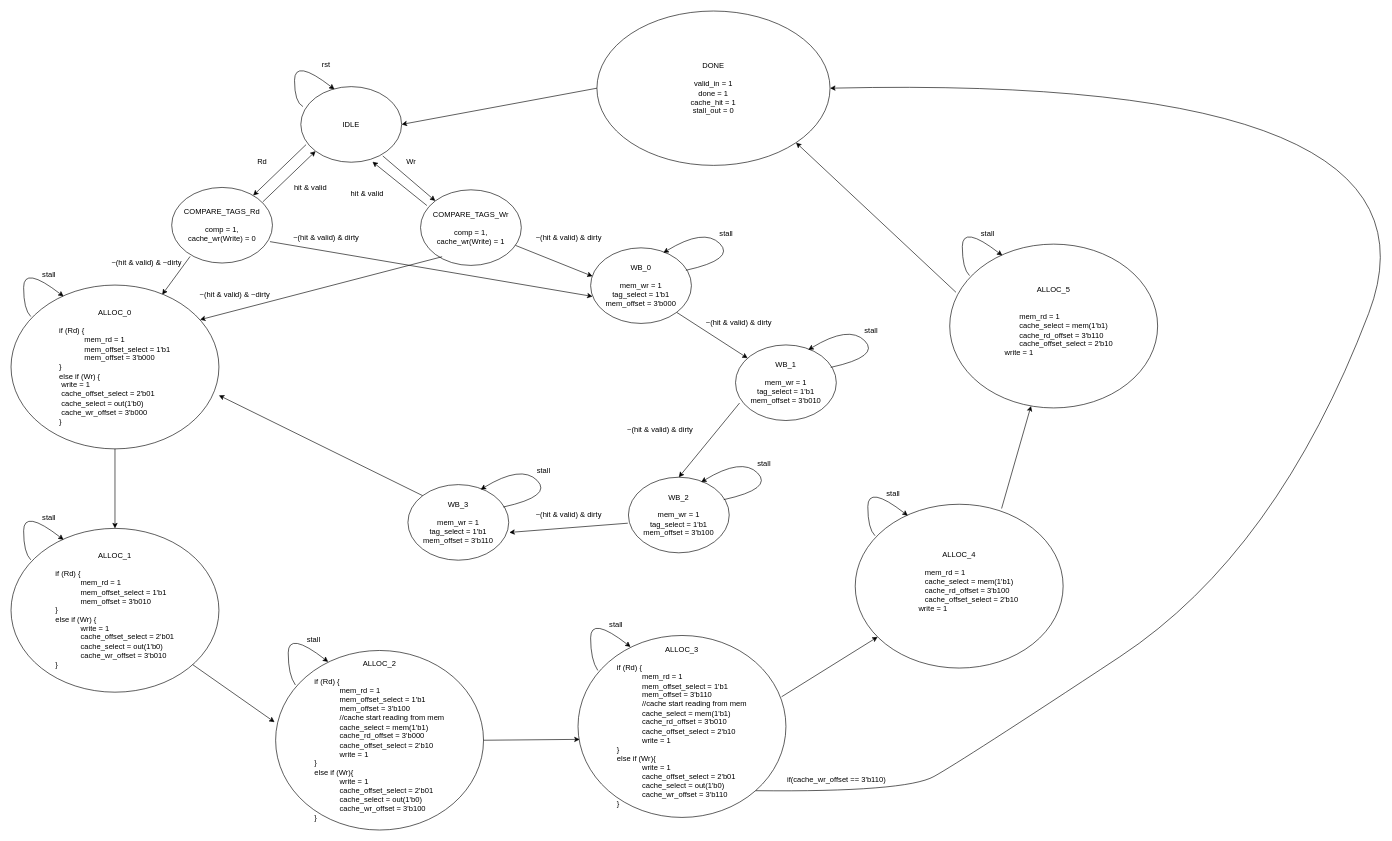
joshmeiyb/ECE552 keeps this draw.io diagram as direct-mapped caches FSM.drawio. Above is the earlier version. Source tidied: cells renumbered, new cells numbered last; positions are measured from the earlier drawing's top-left corner, leaving out a move shared by most shapes. Both pictures are drawn from the tidied source at 63%, with x=0, y=0 at pixel (11, 11).
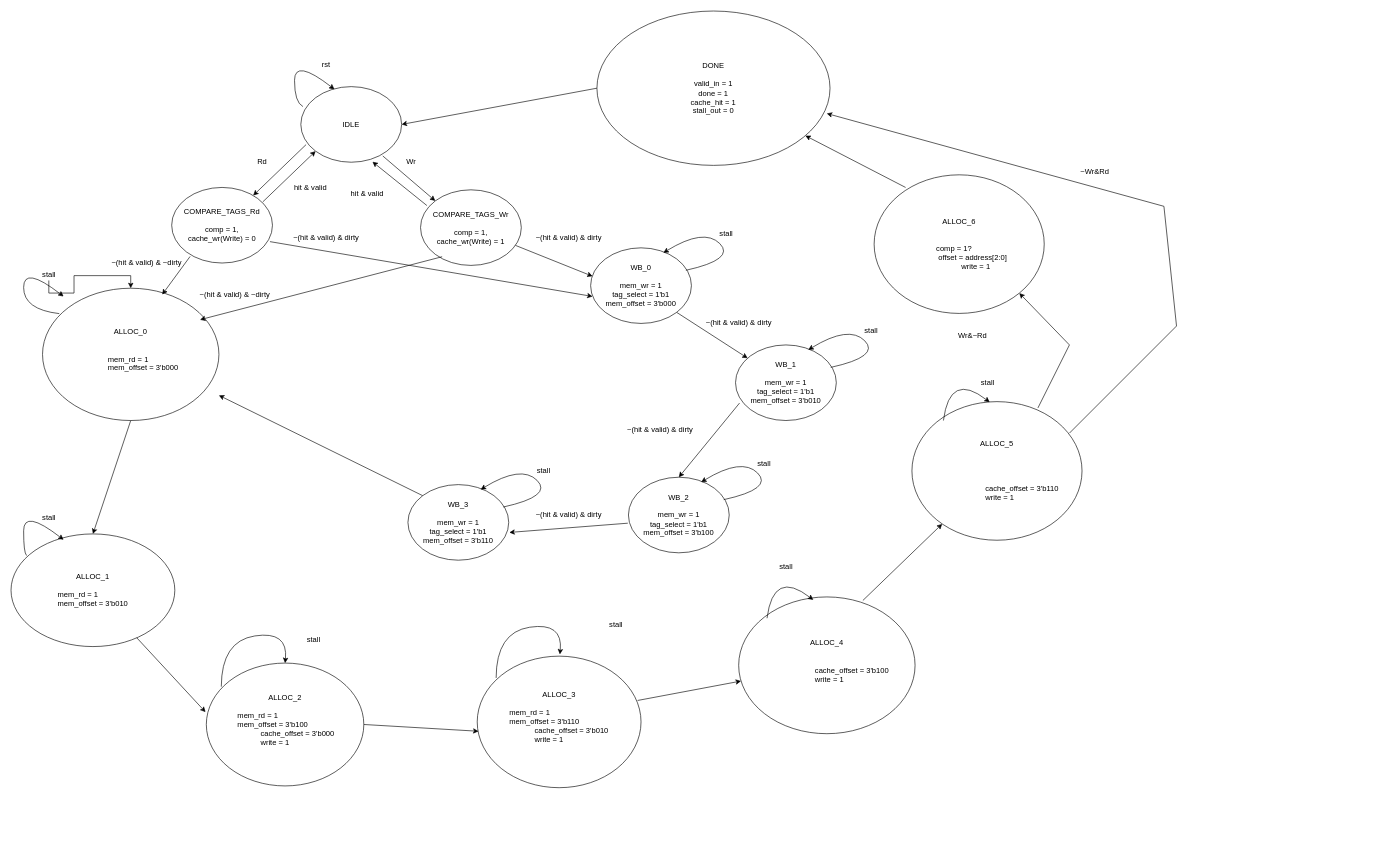
The same diagram, later.

The change refers to these unchanged cells:
```xml
<mxCell id="18" value="stall" style="text;html=1;align=center;verticalAlign=middle;points=[];strokeColor=none;fillColor=none;" parent="1" vertex="1">
  <mxGeometry x="40" y="407.7" width="40" height="20" as="geometry" />
</mxCell>
<mxCell id="60" value="DONE&lt;br&gt;&lt;br&gt;valid_in = 1&lt;br&gt;done = 1&lt;br&gt;cache_hit = 1&lt;br&gt;stall_out = 0" style="ellipse;whiteSpace=wrap;html=1;" parent="1" vertex="1">
  <mxGeometry x="930" width="370" height="245" as="geometry" />
</mxCell>
```

What changed in the source:
```diff
@@
-    <mxCell id="15" value="ALLOC_0&lt;br&gt;&lt;br&gt;&lt;div style=&quot;text-align: left&quot;&gt;&lt;span&gt;&lt;span&gt; &lt;/span&gt;if (Rd) {&lt;/span&gt;&lt;/div&gt;&lt;blockquote style=&quot;margin: 0 0 0 40px ; border: none ; padding: 0px&quot;&gt;&lt;span&gt;&lt;div style=&quot;text-align: left&quot;&gt;&lt;span&gt;mem_rd = 1&lt;/span&gt;&lt;/div&gt;&lt;/span&gt;&lt;span&gt;&lt;div style=&quot;text-align: left&quot;&gt;&lt;span&gt;mem_offset_select = 1'b1&lt;/span&gt;&lt;/div&gt;&lt;div style=&quot;text-align: left&quot;&gt;&lt;span&gt;mem_offset = 3'b000&lt;/span&gt;&lt;/div&gt;&lt;/span&gt;&lt;/blockquote&gt;&lt;div style=&quot;text-align: left&quot;&gt;&lt;span&gt;}&lt;/span&gt;&lt;/div&gt;&lt;div style=&quot;text-align: left&quot;&gt;&lt;span&gt;else if (Wr) {&lt;/span&gt;&lt;/div&gt;&lt;div style=&quot;text-align: left&quot;&gt;&lt;div&gt;&lt;span style=&quot;white-space: pre&quot;&gt; &lt;/span&gt;write = 1&lt;/div&gt;&lt;div&gt;&lt;span style=&quot;white-space: pre&quot;&gt; &lt;/span&gt;cache_offset_select = 2'b01&lt;br&gt;&lt;/div&gt;&lt;div&gt;&lt;span style=&quot;white-space: pre&quot;&gt; &lt;/span&gt;cache_select = out(1'b0)&lt;br&gt;&lt;/div&gt;&lt;div&gt;&lt;span style=&quot;white-space: pre&quot;&gt; &lt;/span&gt;cache_wr_offset = 3'b000&lt;/div&gt;&lt;/div&gt;&lt;div style=&quot;text-align: left&quot;&gt;&lt;span&gt;}&lt;/span&gt;&lt;/div&gt;" style="ellipse;whiteSpace=wrap;html=1;" parent="1" vertex="1">
-      <mxGeometry y="435" width="330" height="260" as="geometry" />
+    <mxCell id="15" value="ALLOC_0&lt;br&gt;&lt;br&gt;&lt;div style=&quot;text-align: left&quot;&gt;&lt;br&gt;&lt;/div&gt;&lt;blockquote style=&quot;margin: 0 0 0 40px ; border: none ; padding: 0px&quot;&gt;&lt;span&gt;&lt;div style=&quot;text-align: left&quot;&gt;&lt;span&gt;mem_rd = 1&lt;/span&gt;&lt;/div&gt;&lt;/span&gt;&lt;span&gt;&lt;div style=&quot;text-align: left&quot;&gt;&lt;span&gt;mem_offset = 3'b000&lt;/span&gt;&lt;/div&gt;&lt;/span&gt;&lt;/blockquote&gt;&lt;div style=&quot;text-align: left&quot;&gt;&lt;span&gt;&lt;br&gt;&lt;/span&gt;&lt;/div&gt;" style="ellipse;whiteSpace=wrap;html=1;" parent="1" vertex="1">
+      <mxGeometry x="50" y="440" width="280" height="210" as="geometry" />
     </mxCell>
@@
+    <mxCell id="70" style="edgeStyle=orthogonalEdgeStyle;rounded=0;jettySize=auto;html=1;" parent="1" edge="1" source="18" target="15">
+      <mxGeometry relative="1" as="geometry" />
+    </mxCell>
@@
-    <mxCell id="45" value="ALLOC_1&lt;br&gt;&lt;br&gt;&lt;div style=&quot;text-align: left&quot;&gt;if (Rd) {&lt;/div&gt;&lt;blockquote style=&quot;margin: 0px 0px 0px 40px ; border: none ; padding: 0px&quot;&gt;&lt;div style=&quot;text-align: left&quot;&gt;mem_rd = 1&lt;/div&gt;&lt;div style=&quot;text-align: left&quot;&gt;mem_offset_select = 1'b1&lt;br&gt;&lt;/div&gt;&lt;div style=&quot;text-align: left&quot;&gt;mem_offset = 3'b010&lt;/div&gt;&lt;/blockquote&gt;&lt;div style=&quot;text-align: left&quot;&gt;}&lt;/div&gt;&lt;div style=&quot;text-align: left&quot;&gt;else if (Wr) {&lt;/div&gt;&lt;blockquote style=&quot;margin: 0 0 0 40px ; border: none ; padding: 0px&quot;&gt;&lt;div style=&quot;text-align: left&quot;&gt;&lt;span&gt;write = 1&lt;/span&gt;&lt;/div&gt;&lt;div style=&quot;text-align: left&quot;&gt;cache_offset_select = 2'b01&lt;span&gt;&lt;br&gt;&lt;/span&gt;&lt;/div&gt;&lt;div style=&quot;text-align: left&quot;&gt;cache_select = out(1'b0)&lt;/div&gt;&lt;div style=&quot;text-align: left&quot;&gt;cache_wr_offset = 3'b010&lt;/div&gt;&lt;/blockquote&gt;&lt;div style=&quot;text-align: left&quot;&gt;}&lt;/div&gt;" style="ellipse;whiteSpace=wrap;html=1;" parent="1" vertex="1">
-      <mxGeometry y="821.2" width="330" height="260" as="geometry" />
+    <mxCell id="45" value="ALLOC_1&lt;br&gt;&lt;br&gt;&lt;div style=&quot;text-align: left&quot;&gt;&lt;span style=&quot;text-align: center&quot;&gt;&lt;div style=&quot;text-align: left&quot;&gt;mem_rd = 1&lt;/div&gt;&lt;/span&gt;&lt;span style=&quot;text-align: center&quot;&gt;&lt;div style=&quot;text-align: left&quot;&gt;mem_offset = 3'b010&lt;/div&gt;&lt;/span&gt;&lt;/div&gt;" style="ellipse;whiteSpace=wrap;html=1;" parent="1" vertex="1">
+      <mxGeometry y="830" width="260" height="178.8" as="geometry" />
     </mxCell>
@@
-    <mxCell id="48" value="ALLOC_2&lt;br&gt;&lt;br&gt;&lt;div style=&quot;text-align: left&quot;&gt;if (Rd) {&lt;/div&gt;&lt;blockquote style=&quot;margin: 0px 0px 0px 40px ; border: none ; padding: 0px&quot;&gt;&lt;div style=&quot;text-align: left&quot;&gt;mem_rd = 1&lt;/div&gt;&lt;div style=&quot;text-align: left&quot;&gt;mem_offset_select = 1'b1&lt;br&gt;&lt;/div&gt;&lt;div style=&quot;text-align: left&quot;&gt;mem_offset = 3'b100&lt;/div&gt;&lt;div style=&quot;text-align: left&quot;&gt;//cache start reading from mem&lt;/div&gt;&lt;div style=&quot;text-align: left&quot;&gt;cache_select = mem(1'b1)&lt;/div&gt;&lt;div style=&quot;text-align: left&quot;&gt;cache_rd_offset = 3'b000&lt;/div&gt;&lt;div style=&quot;text-align: left&quot;&gt;cache_offset_select = 2'b10&lt;/div&gt;&lt;div style=&quot;text-align: left&quot;&gt;write = 1&lt;/div&gt;&lt;/blockquote&gt;&lt;div style=&quot;text-align: left&quot;&gt;}&lt;/div&gt;&lt;div style=&quot;text-align: left&quot;&gt;else if (Wr){&lt;/div&gt;&lt;blockquote style=&quot;margin: 0 0 0 40px ; border: none ; padding: 0px&quot;&gt;&lt;div style=&quot;text-align: left&quot;&gt;&lt;span&gt;write = 1&lt;/span&gt;&lt;/div&gt;&lt;div style=&quot;text-align: left&quot;&gt;cache_offset_select = 2'b01&lt;span&gt;&lt;br&gt;&lt;/span&gt;&lt;/div&gt;&lt;div style=&quot;text-align: left&quot;&gt;cache_select = out(1'b0)&lt;/div&gt;&lt;div style=&quot;text-align: left&quot;&gt;cache_wr_offset = 3'b100&lt;/div&gt;&lt;/blockquote&gt;&lt;div style=&quot;text-align: left&quot;&gt;}&lt;br&gt;&lt;/div&gt;" style="ellipse;whiteSpace=wrap;html=1;" parent="1" vertex="1">
-      <mxGeometry x="420" y="1015" width="330" height="285" as="geometry" />
+    <mxCell id="48" value="ALLOC_2&lt;br&gt;&lt;br&gt;&lt;div style=&quot;text-align: left&quot;&gt;&lt;span style=&quot;text-align: center&quot;&gt;&lt;div style=&quot;text-align: left&quot;&gt;&lt;span style=&quot;white-space: pre&quot;&gt; &lt;/span&gt;mem_rd = 1&lt;/div&gt;&lt;/span&gt;&lt;span style=&quot;text-align: center&quot;&gt;&lt;div style=&quot;text-align: left&quot;&gt;&lt;span style=&quot;white-space: pre&quot;&gt; &lt;/span&gt;mem_offset = 3'b100&lt;/div&gt;&lt;/span&gt;&lt;/div&gt;&lt;blockquote style=&quot;margin: 0px 0px 0px 40px ; border: none ; padding: 0px&quot;&gt;&lt;div style=&quot;text-align: left&quot;&gt;cache_offset = 3'b000&lt;/div&gt;&lt;div style=&quot;text-align: left&quot;&gt;write = 1&lt;/div&gt;&lt;/blockquote&gt;&lt;div style=&quot;text-align: left&quot;&gt;&lt;br&gt;&lt;/div&gt;" style="ellipse;whiteSpace=wrap;html=1;" parent="1" vertex="1">
+      <mxGeometry x="310" y="1035" width="250" height="195" as="geometry" />
     </mxCell>
@@
-    <mxCell id="50" style="curved=1;endArrow=classic;html=1;rounded=0;entryX=0.396;entryY=-0.006;entryDx=0;entryDy=0;entryPerimeter=0;exitX=0.095;exitY=0.192;exitDx=0;exitDy=0;exitPerimeter=0;" parent="1" edge="1" source="48">
+    <mxCell id="50" style="curved=1;endArrow=classic;html=1;rounded=0;exitX=0.095;exitY=0.192;exitDx=0;exitDy=0;exitPerimeter=0;entryX=0.5;entryY=0;entryDx=0;entryDy=0;" parent="1" edge="1" source="48" target="48">
       <mxGeometry relative="1" as="geometry">
-        <mxPoint x="503.4" y="1033.1" as="targetPoint" />
         <Array as="points">
-          <mxPoint x="440" y="1053.8" />
+          <mxPoint x="334" y="1000" />
           <mxPoint x="440" y="983.8" />
         </Array>
       </mxGeometry>
     </mxCell>
-    <mxCell id="51" value="ALLOC_3&lt;br&gt;&lt;br&gt;&lt;div style=&quot;text-align: left&quot;&gt;if (Rd) {&lt;/div&gt;&lt;blockquote style=&quot;margin: 0px 0px 0px 40px ; border: none ; padding: 0px&quot;&gt;&lt;div style=&quot;text-align: left&quot;&gt;mem_rd = 1&lt;/div&gt;&lt;div style=&quot;text-align: left&quot;&gt;mem_offset_select = 1'b1&lt;br&gt;&lt;/div&gt;&lt;div style=&quot;text-align: left&quot;&gt;mem_offset = 3'b110&lt;/div&gt;&lt;div style=&quot;text-align: left&quot;&gt;//cache start reading from mem&lt;br&gt;&lt;/div&gt;&lt;div style=&quot;text-align: left&quot;&gt;cache_select = mem(1'b1)&lt;/div&gt;&lt;div style=&quot;text-align: left&quot;&gt;cache_rd_offset = 3'b010&lt;/div&gt;&lt;div style=&quot;text-align: left&quot;&gt;cache_offset_select = 2'b10&lt;br&gt;&lt;/div&gt;&lt;div style=&quot;text-align: left&quot;&gt;write = 1&lt;/div&gt;&lt;/blockquote&gt;&lt;div style=&quot;text-align: left&quot;&gt;}&lt;/div&gt;&lt;div style=&quot;text-align: left&quot;&gt;else if (Wr){&lt;/div&gt;&lt;blockquote style=&quot;margin: 0 0 0 40px ; border: none ; padding: 0px&quot;&gt;&lt;div style=&quot;text-align: left&quot;&gt;&lt;div&gt;write = 1&lt;/div&gt;&lt;div&gt;cache_offset_select = 2'b01&lt;br&gt;&lt;/div&gt;&lt;/div&gt;&lt;div style=&quot;text-align: left&quot;&gt;&lt;div&gt;cache_select = out(1'b0)&lt;/div&gt;&lt;/div&gt;&lt;div style=&quot;text-align: left&quot;&gt;&lt;div&gt;cache_wr_offset = 3'b110&lt;/div&gt;&lt;/div&gt;&lt;/blockquote&gt;&lt;div style=&quot;text-align: left&quot;&gt;}&lt;/div&gt;" style="ellipse;whiteSpace=wrap;html=1;" parent="1" vertex="1">
-      <mxGeometry x="900" y="991.2" width="330" height="288.8" as="geometry" />
+    <mxCell id="51" value="ALLOC_3&lt;br&gt;&lt;br&gt;&lt;div style=&quot;text-align: left&quot;&gt;&lt;span&gt;mem_rd = 1&lt;/span&gt;&lt;br&gt;&lt;/div&gt;&lt;div style=&quot;text-align: left&quot;&gt;&lt;span style=&quot;text-align: center&quot;&gt;&lt;div style=&quot;text-align: left&quot;&gt;&lt;span&gt; &lt;/span&gt;mem_offset = 3'b110&lt;/div&gt;&lt;/span&gt;&lt;/div&gt;&lt;blockquote style=&quot;margin: 0px 0px 0px 40px ; border: none ; padding: 0px&quot;&gt;&lt;div style=&quot;text-align: left&quot;&gt;cache_offset = 3'b010&lt;/div&gt;&lt;div style=&quot;text-align: left&quot;&gt;write = 1&lt;/div&gt;&lt;/blockquote&gt;&lt;div style=&quot;text-align: left&quot;&gt;&lt;br&gt;&lt;/div&gt;" style="ellipse;whiteSpace=wrap;html=1;" parent="1" vertex="1">
+      <mxGeometry x="740" y="1024" width="260" height="208.8" as="geometry" />
     </mxCell>
@@
-    <mxCell id="53" style="curved=1;endArrow=classic;html=1;rounded=0;entryX=0.396;entryY=-0.006;entryDx=0;entryDy=0;entryPerimeter=0;exitX=0.095;exitY=0.192;exitDx=0;exitDy=0;exitPerimeter=0;" parent="1" edge="1" source="51">
-      <mxGeometry relative="1" as="geometry">
-        <mxPoint x="983.4" y="1009.3" as="targetPoint" />
-        <Array as="points">
-          <mxPoint x="920" y="1030" />
-          <mxPoint x="920" y="960" />
-        </Array>
-      </mxGeometry>
-    </mxCell>
-    <mxCell id="54" value="ALLOC_4&lt;br&gt;&lt;blockquote style=&quot;margin: 0px 0px 0px 40px ; border: none ; padding: 0px&quot;&gt;&lt;div style=&quot;text-align: left&quot;&gt;&lt;br&gt;mem_rd = 1&lt;/div&gt;&lt;div style=&quot;text-align: left&quot;&gt;cache_select = mem(1'b1)&lt;/div&gt;&lt;div style=&quot;text-align: left&quot;&gt;&lt;span&gt;cache_rd_offset = 3'b100&lt;/span&gt;&lt;/div&gt;&lt;div style=&quot;text-align: left&quot;&gt;cache_offset_select = 2'b10&lt;span&gt;&lt;br&gt;&lt;/span&gt;&lt;/div&gt;&lt;/blockquote&gt;&lt;div style=&quot;text-align: left&quot;&gt;&lt;span&gt; &lt;/span&gt;&amp;nbsp; &amp;nbsp; &lt;span style=&quot;white-space: pre&quot;&gt; &amp;nbsp;&lt;/span&gt;&amp;nbsp; &amp;nbsp;write = 1&lt;/div&gt;&lt;div style=&quot;text-align: left&quot;&gt;&lt;br&gt;&lt;/div&gt;" style="ellipse;whiteSpace=wrap;html=1;" parent="1" vertex="1">
-      <mxGeometry x="1340" y="782.9" width="330" height="260" as="geometry" />
+    <mxCell id="54" value="ALLOC_4&lt;br&gt;&lt;blockquote style=&quot;margin: 0px 0px 0px 40px ; border: none ; padding: 0px&quot;&gt;&lt;div style=&quot;text-align: left&quot;&gt;&lt;br&gt;&lt;div&gt;&lt;span style=&quot;white-space: pre&quot;&gt; &lt;/span&gt;&lt;/div&gt;&lt;blockquote style=&quot;text-align: center ; margin: 0px 0px 0px 40px ; border: none ; padding: 0px&quot;&gt;&lt;div style=&quot;text-align: left&quot;&gt;cache_offset = 3'b100&lt;/div&gt;&lt;div style=&quot;text-align: left&quot;&gt;write = 1&lt;/div&gt;&lt;/blockquote&gt;&lt;/div&gt;&lt;/blockquote&gt;&lt;div style=&quot;text-align: left&quot;&gt;&lt;br&gt;&lt;/div&gt;" style="ellipse;whiteSpace=wrap;html=1;" parent="1" vertex="1">
+      <mxGeometry x="1155" y="930" width="280" height="217.1" as="geometry" />
     </mxCell>
     <mxCell id="55" value="stall" style="text;html=1;align=center;verticalAlign=middle;strokeColor=none;fillColor=none;" parent="1" vertex="1">
-      <mxGeometry x="1380" y="755.6" width="40" height="20" as="geometry" />
+      <mxGeometry x="1210" y="871.7" width="40" height="20" as="geometry" />
     </mxCell>
-    <mxCell id="56" style="curved=1;endArrow=classic;html=1;rounded=0;entryX=0.396;entryY=-0.006;entryDx=0;entryDy=0;entryPerimeter=0;exitX=0.095;exitY=0.192;exitDx=0;exitDy=0;exitPerimeter=0;" parent="1" edge="1" source="54">
+    <mxCell id="56" style="curved=1;endArrow=classic;html=1;rounded=0;entryX=0.396;entryY=-0.006;entryDx=0;entryDy=0;entryPerimeter=0;" parent="1" edge="1">
       <mxGeometry relative="1" as="geometry">
-        <mxPoint x="1423.4" y="801" as="targetPoint" />
+        <mxPoint x="1200" y="963.8" as="sourcePoint" />
+        <mxPoint x="1273.4" y="934.8" as="targetPoint" />
         <Array as="points">
-          <mxPoint x="1360" y="821.7" />
-          <mxPoint x="1360" y="751.7" />
+          <mxPoint x="1210" y="885.6" />
         </Array>
       </mxGeometry>
     </mxCell>
-    <mxCell id="57" value="ALLOC_5&lt;br&gt;&lt;br&gt;&lt;br&gt;&lt;blockquote style=&quot;margin: 0px 0px 0px 40px ; border: none ; padding: 0px&quot;&gt;&lt;div style=&quot;text-align: left&quot;&gt;mem_rd = 1&lt;/div&gt;&lt;div style=&quot;text-align: left&quot;&gt;cache_select = mem(1'b1)&lt;/div&gt;&lt;div style=&quot;text-align: left&quot;&gt;cache_rd_offset = 3'b110&lt;/div&gt;&lt;div style=&quot;text-align: left&quot;&gt;cache_offset_select = 2'b10&lt;br&gt;&lt;/div&gt;&lt;/blockquote&gt;&lt;div style=&quot;text-align: left&quot;&gt;&lt;span style=&quot;white-space: pre&quot;&gt; &lt;/span&gt;&amp;nbsp; &amp;nbsp; write = 1&lt;/div&gt;&lt;div style=&quot;text-align: left&quot;&gt;&lt;br&gt;&lt;/div&gt;" style="ellipse;whiteSpace=wrap;html=1;" parent="1" vertex="1">
-      <mxGeometry x="1490" y="370" width="330" height="260" as="geometry" />
+    <mxCell id="57" value="ALLOC_5&lt;br&gt;&lt;br&gt;&lt;br&gt;&lt;blockquote style=&quot;margin: 0px 0px 0px 40px ; border: none ; padding: 0px&quot;&gt;&lt;div style=&quot;text-align: left&quot;&gt;&lt;br&gt;&lt;/div&gt;&lt;div style=&quot;text-align: left&quot;&gt;&lt;div&gt;&lt;br&gt;&lt;/div&gt;&lt;blockquote style=&quot;text-align: center ; margin: 0px 0px 0px 40px ; border: none ; padding: 0px&quot;&gt;&lt;div style=&quot;text-align: left&quot;&gt;cache_offset = 3'b110&lt;/div&gt;&lt;div style=&quot;text-align: left&quot;&gt;write = 1&lt;/div&gt;&lt;/blockquote&gt;&lt;/div&gt;&lt;/blockquote&gt;" style="ellipse;whiteSpace=wrap;html=1;" parent="1" vertex="1">
+      <mxGeometry x="1430" y="620" width="270" height="220" as="geometry" />
     </mxCell>
     <mxCell id="58" value="stall" style="text;html=1;align=center;verticalAlign=middle;strokeColor=none;fillColor=none;" parent="1" vertex="1">
-      <mxGeometry x="1530" y="342.7" width="40" height="20" as="geometry" />
+      <mxGeometry x="1530" y="580" width="40" height="20" as="geometry" />
     </mxCell>
-    <mxCell id="59" style="curved=1;endArrow=classic;html=1;rounded=0;entryX=0.396;entryY=-0.006;entryDx=0;entryDy=0;entryPerimeter=0;exitX=0.095;exitY=0.192;exitDx=0;exitDy=0;exitPerimeter=0;" parent="1" edge="1" source="57">
-      <mxGeometry relative="1" as="geometry">
-        <mxPoint x="1573.4" y="388.1" as="targetPoint" />
-        <Array as="points">
-          <mxPoint x="1510" y="408.8" />
-          <mxPoint x="1510" y="338.8" />
-        </Array>
-      </mxGeometry>
-    </mxCell>
@@
-    <mxCell id="66" style="endArrow=classic;html=1;rounded=0;exitX=0.03;exitY=0.294;exitDx=0;exitDy=0;exitPerimeter=0;entryX=1;entryY=1;entryDx=0;entryDy=0;" parent="1" edge="1" source="57" target="60">
-      <mxGeometry relative="1" as="geometry" />
-    </mxCell>
@@
-    <mxCell id="68" style="curved=1;endArrow=classic;html=1;rounded=0;exitX=1;exitY=1;exitDx=0;exitDy=0;entryX=1;entryY=0.5;entryDx=0;entryDy=0;" parent="1" edge="1" source="51" target="60">
-      <mxGeometry relative="1" as="geometry">
-        <Array as="points">
-          <mxPoint x="1420" y="1240" />
-          <mxPoint x="1510" y="1190" />
-          <mxPoint x="2010" y="860" />
-          <mxPoint x="2300" y="100" />
-        </Array>
-      </mxGeometry>
-    </mxCell>
-    <mxCell id="69" value="if(&lt;span style=&quot;text-align: left&quot;&gt;cache_wr_offset == 3'b110&lt;/span&gt;)" style="text;html=1;align=center;verticalAlign=middle;strokeColor=none;fillColor=none;" parent="1" vertex="1">
-      <mxGeometry x="1225" y="1210" width="170" height="20" as="geometry" />
-    </mxCell>
+    <mxCell id="71" style="curved=1;endArrow=classic;html=1;rounded=0;exitX=0.095;exitY=0.192;exitDx=0;exitDy=0;exitPerimeter=0;entryX=0.5;entryY=0;entryDx=0;entryDy=0;" parent="1" edge="1">
+      <mxGeometry relative="1" as="geometry">
+        <mxPoint x="770" y="1058.6" as="sourcePoint" />
+        <mxPoint x="871.2" y="1021.2" as="targetPoint" />
+        <Array as="points">
+          <mxPoint x="770.2" y="986.2" />
+          <mxPoint x="876.2" y="970" />
+        </Array>
+      </mxGeometry>
+    </mxCell>
+    <mxCell id="72" style="curved=1;endArrow=classic;html=1;rounded=0;entryX=0.396;entryY=-0.006;entryDx=0;entryDy=0;entryPerimeter=0;" parent="1" edge="1">
+      <mxGeometry relative="1" as="geometry">
+        <mxPoint x="1480" y="650" as="sourcePoint" />
+        <mxPoint x="1553.4" y="621" as="targetPoint" />
+        <Array as="points">
+          <mxPoint x="1490" y="571.7" />
+        </Array>
+      </mxGeometry>
+    </mxCell>
+    <mxCell id="73" style="endArrow=classic;html=1;rounded=0;entryX=1;entryY=1;entryDx=0;entryDy=0;" parent="1" edge="1" target="74">
+      <mxGeometry relative="1" as="geometry">
+        <mxPoint x="1630" y="630" as="sourcePoint" />
+        <Array as="points">
+          <mxPoint x="1680" y="530" />
+        </Array>
+      </mxGeometry>
+    </mxCell>
+    <mxCell id="74" value="ALLOC_6&lt;br&gt;&lt;br&gt;&lt;br&gt;&lt;blockquote style=&quot;margin: 0px 0px 0px 40px ; border: none ; padding: 0px&quot;&gt;&lt;div style=&quot;text-align: left&quot;&gt;comp = 1?&lt;/div&gt;&lt;div style=&quot;text-align: left&quot;&gt;&lt;div&gt;&lt;span&gt; &lt;/span&gt;&lt;span style=&quot;white-space: pre&quot;&gt; &lt;/span&gt;&lt;span&gt;offset = address[2:0]&lt;/span&gt;&lt;/div&gt;&lt;blockquote style=&quot;text-align: center ; margin: 0px 0px 0px 40px ; border: none ; padding: 0px&quot;&gt;&lt;div style=&quot;text-align: left&quot;&gt;write = 1&lt;/div&gt;&lt;/blockquote&gt;&lt;/div&gt;&lt;/blockquote&gt;" style="ellipse;whiteSpace=wrap;html=1;" parent="1" vertex="1">
+      <mxGeometry x="1370" y="260" width="270" height="220" as="geometry" />
+    </mxCell>
+    <mxCell id="75" style="endArrow=classic;html=1;rounded=0;exitX=0.185;exitY=0.091;exitDx=0;exitDy=0;exitPerimeter=0;" parent="1" edge="1" source="74" target="60">
+      <mxGeometry relative="1" as="geometry" />
+    </mxCell>
+    <mxCell id="76" style="endArrow=classic;html=1;rounded=0;entryX=0.986;entryY=0.664;entryDx=0;entryDy=0;entryPerimeter=0;" parent="1" edge="1" target="60">
+      <mxGeometry relative="1" as="geometry">
+        <mxPoint x="1680" y="670" as="sourcePoint" />
+        <Array as="points">
+          <mxPoint x="1850" y="500" />
+          <mxPoint x="1830" y="310" />
+        </Array>
+      </mxGeometry>
+    </mxCell>
+    <mxCell id="77" value="Wr&amp;amp;~Rd" style="text;html=1;align=center;verticalAlign=middle;strokeColor=none;fillColor=none;" parent="1" vertex="1">
+      <mxGeometry x="1496" y="505" width="60" height="20" as="geometry" />
+    </mxCell>
+    <mxCell id="78" value="~Wr&amp;amp;Rd" style="text;html=1;align=center;verticalAlign=middle;strokeColor=none;fillColor=none;" parent="1" vertex="1">
+      <mxGeometry x="1690" y="245" width="60" height="20" as="geometry" />
+    </mxCell>
```
